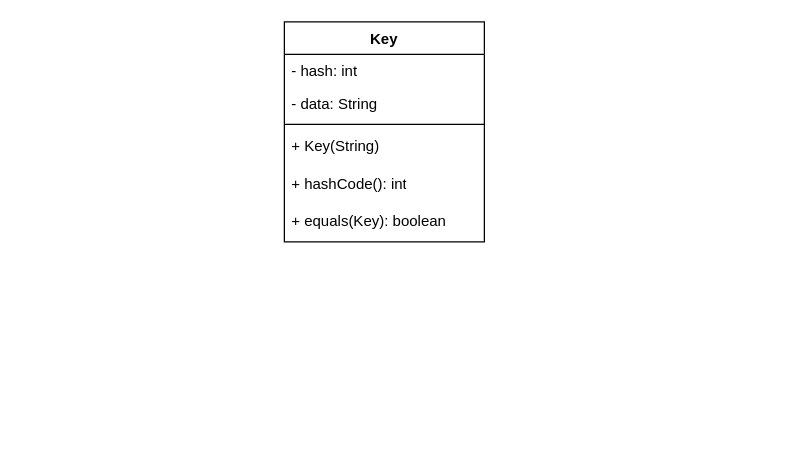
pochtiTolstoy/java-prac keeps this draw.io diagram as sem2/hashMapClasses.drawio. Above is the earlier version. Source tidied: cells renumbered, new cells numbered last; positions are measured from the earlier drawing's top-left corner, leaving out a move shared by most shapes. Both pictures are drawn from the tidied source at 125%, with x=0, y=0 at pixel (284, 21).
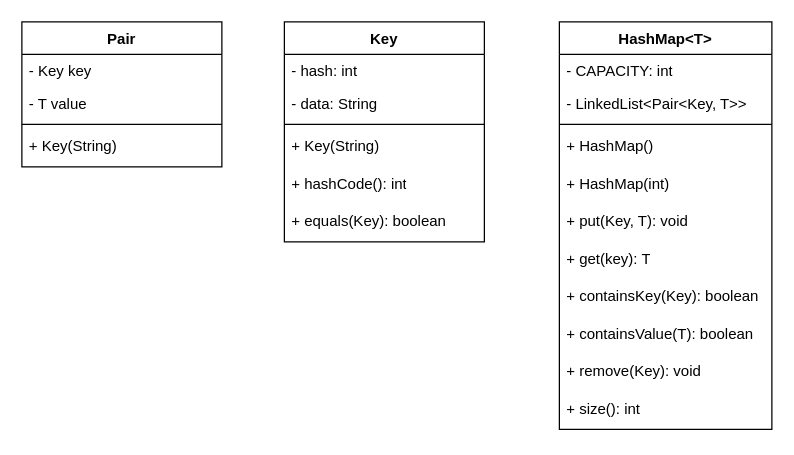
The same page after the edit.

What changed in the source:
```diff
@@
+    <mxCell id="9" value="HashMap&amp;lt;T&amp;gt;" style="swimlane;fontStyle=1;align=center;verticalAlign=top;horizontal=1;startSize=26;whiteSpace=wrap;html=1;" parent="1" vertex="1">
+      <mxGeometry x="220" width="170" height="326" as="geometry" />
+    </mxCell>
+    <mxCell id="10" value="- CAPACITY: int" style="text;strokeColor=none;fillColor=none;align=left;verticalAlign=top;spacingLeft=4;spacingRight=4;overflow=hidden;whiteSpace=wrap;html=1;" parent="9" vertex="1">
+      <mxGeometry y="26" width="170" height="26" as="geometry" />
+    </mxCell>
+    <mxCell id="11" value="- LinkedList&amp;lt;Pair&amp;lt;Key, T&amp;gt;&amp;gt;" style="text;strokeColor=none;fillColor=none;align=left;verticalAlign=top;spacingLeft=4;spacingRight=4;overflow=hidden;whiteSpace=wrap;html=1;" parent="9" vertex="1">
+      <mxGeometry y="52" width="170" height="26" as="geometry" />
+    </mxCell>
+    <mxCell id="12" style="line;strokeWidth=1;fillColor=none;align=left;verticalAlign=middle;spacingTop=-1;spacingLeft=3;spacingRight=3;labelPosition=right;strokeColor=inherit;" parent="9" vertex="1">
+      <mxGeometry y="78" width="170" height="8" as="geometry" />
+    </mxCell>
+    <mxCell id="13" value="+ HashMap()" style="text;strokeColor=none;fillColor=none;align=left;verticalAlign=top;spacingLeft=4;spacingRight=4;overflow=hidden;whiteSpace=wrap;html=1;" parent="9" vertex="1">
+      <mxGeometry y="86" width="170" height="30" as="geometry" />
+    </mxCell>
+    <mxCell id="14" value="+ HashMap(int)" style="text;strokeColor=none;fillColor=none;align=left;verticalAlign=top;spacingLeft=4;spacingRight=4;overflow=hidden;whiteSpace=wrap;html=1;" parent="9" vertex="1">
+      <mxGeometry y="116" width="170" height="30" as="geometry" />
+    </mxCell>
+    <mxCell id="15" value="&lt;div&gt;+ put(Key, T): void&lt;/div&gt;" style="text;strokeColor=none;fillColor=none;align=left;verticalAlign=top;spacingLeft=4;spacingRight=4;overflow=hidden;whiteSpace=wrap;html=1;" parent="9" vertex="1">
+      <mxGeometry y="146" width="170" height="30" as="geometry" />
+    </mxCell>
+    <mxCell id="16" value="+ get(key): T" style="text;strokeColor=none;fillColor=none;align=left;verticalAlign=top;spacingLeft=4;spacingRight=4;overflow=hidden;whiteSpace=wrap;html=1;" parent="9" vertex="1">
+      <mxGeometry y="176" width="170" height="30" as="geometry" />
+    </mxCell>
+    <mxCell id="17" value="+ containsKey(Key): boolean" style="text;strokeColor=none;fillColor=none;align=left;verticalAlign=top;spacingLeft=4;spacingRight=4;overflow=hidden;whiteSpace=wrap;html=1;" parent="9" vertex="1">
+      <mxGeometry y="206" width="170" height="30" as="geometry" />
+    </mxCell>
+    <mxCell id="18" value="+ containsValue(T): boolean" style="text;strokeColor=none;fillColor=none;align=left;verticalAlign=top;spacingLeft=4;spacingRight=4;overflow=hidden;whiteSpace=wrap;html=1;" parent="9" vertex="1">
+      <mxGeometry y="236" width="170" height="30" as="geometry" />
+    </mxCell>
+    <mxCell id="19" value="+ remove(Key): void" style="text;strokeColor=none;fillColor=none;align=left;verticalAlign=top;spacingLeft=4;spacingRight=4;overflow=hidden;whiteSpace=wrap;html=1;" parent="9" vertex="1">
+      <mxGeometry y="266" width="170" height="30" as="geometry" />
+    </mxCell>
+    <mxCell id="20" value="+ size(): int" style="text;strokeColor=none;fillColor=none;align=left;verticalAlign=top;spacingLeft=4;spacingRight=4;overflow=hidden;whiteSpace=wrap;html=1;" parent="9" vertex="1">
+      <mxGeometry y="296" width="170" height="30" as="geometry" />
+    </mxCell>
+    <mxCell id="21" value="Pair" style="swimlane;fontStyle=1;align=center;verticalAlign=top;horizontal=1;startSize=26;whiteSpace=wrap;html=1;" parent="1" vertex="1">
+      <mxGeometry x="-210" width="160" height="116" as="geometry" />
+    </mxCell>
+    <mxCell id="22" value="- Key key" style="text;strokeColor=none;fillColor=none;align=left;verticalAlign=top;spacingLeft=4;spacingRight=4;overflow=hidden;whiteSpace=wrap;html=1;" parent="21" vertex="1">
+      <mxGeometry y="26" width="160" height="26" as="geometry" />
+    </mxCell>
+    <mxCell id="23" value="- T value" style="text;strokeColor=none;fillColor=none;align=left;verticalAlign=top;spacingLeft=4;spacingRight=4;overflow=hidden;whiteSpace=wrap;html=1;" parent="21" vertex="1">
+      <mxGeometry y="52" width="160" height="26" as="geometry" />
+    </mxCell>
+    <mxCell id="24" style="line;strokeWidth=1;fillColor=none;align=left;verticalAlign=middle;spacingTop=-1;spacingLeft=3;spacingRight=3;labelPosition=right;strokeColor=inherit;" parent="21" vertex="1">
+      <mxGeometry y="78" width="160" height="8" as="geometry" />
+    </mxCell>
+    <mxCell id="25" value="&lt;div&gt;+ Key(String)&lt;br&gt;&lt;/div&gt;" style="text;strokeColor=none;fillColor=none;align=left;verticalAlign=top;spacingLeft=4;spacingRight=4;overflow=hidden;whiteSpace=wrap;html=1;" parent="21" vertex="1">
+      <mxGeometry y="86" width="160" height="30" as="geometry" />
+    </mxCell>
```
